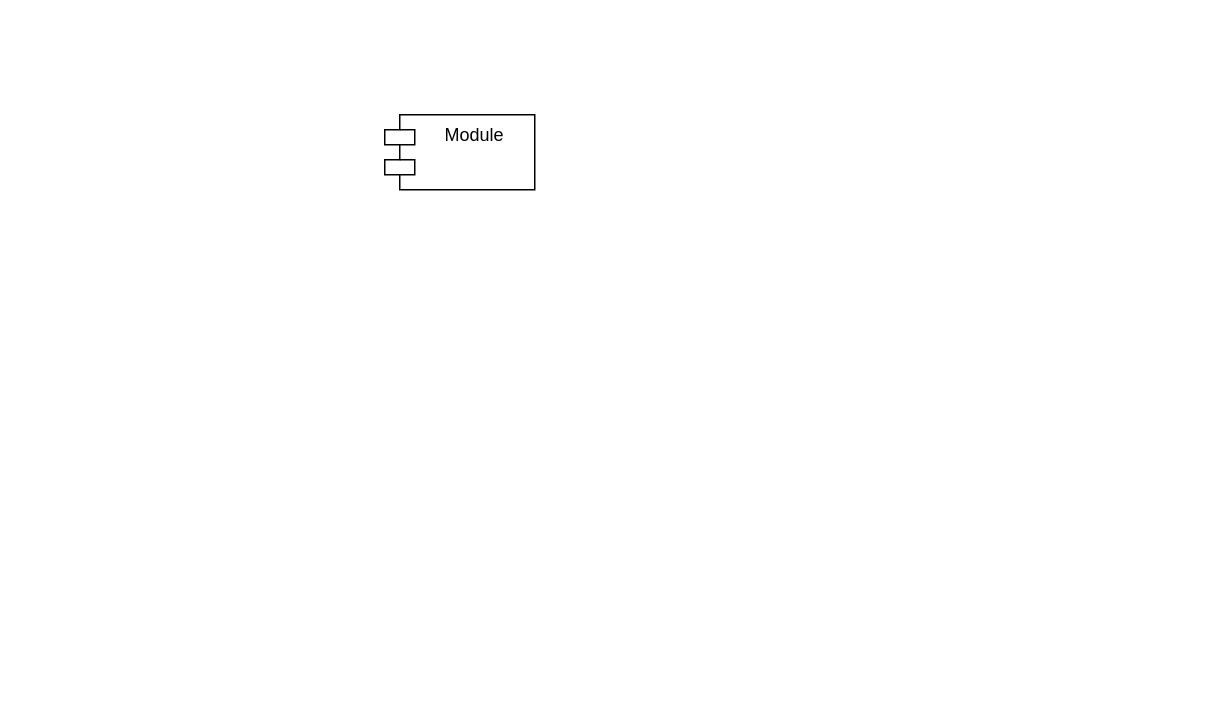
This is module_2/Components.drawio from SheinEA/gb_architect, a draw.io file, before an edit. Source tidied: cells renumbered, new cells numbered last; positions are measured from the earlier drawing's top-left corner, leaving out a move shared by most shapes. Both pictures are drawn from the tidied source at 150%, with x=0, y=0 at pixel (384, 114).
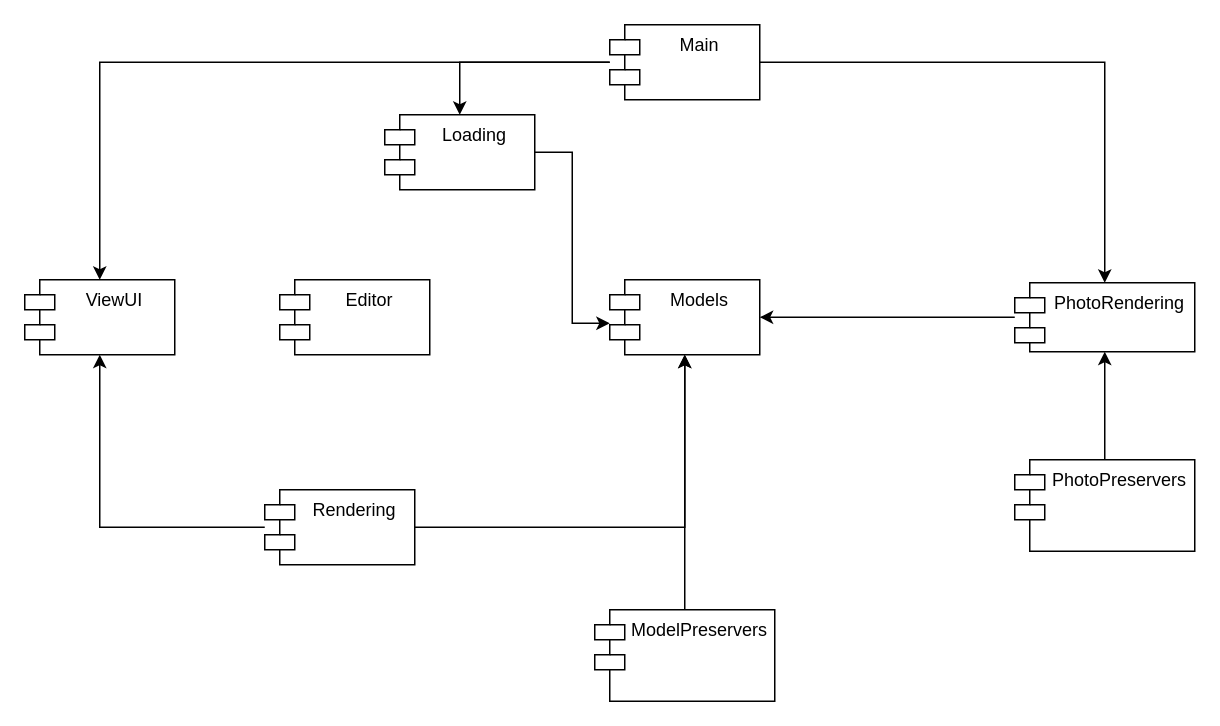
The same page after the edit.

Change to the diagram source:
```diff
@@
 <mxGraphModel>
   <root>
     <mxCell id="0" />
     <mxCell id="1" parent="0" />
+    <mxCell id="3" style="edgeStyle=orthogonalEdgeStyle;rounded=0;jettySize=auto;html=1;entryX=0;entryY=0.58;entryDx=0;entryDy=0;entryPerimeter=0;" parent="1" edge="1" source="2" target="4">
+      <mxGeometry relative="1" as="geometry" />
+    </mxCell>
-    <mxCell id="2" value="Module" style="shape=module;align=left;spacingLeft=20;align=center;verticalAlign=top;" parent="1" vertex="1">
+    <mxCell id="2" value="Loading" style="shape=module;align=left;spacingLeft=20;align=center;verticalAlign=top;" parent="1" vertex="1">
       <mxGeometry width="100" height="50" as="geometry" />
     </mxCell>
+    <mxCell id="4" value="Models" style="shape=module;align=left;spacingLeft=20;align=center;verticalAlign=top;" parent="1" vertex="1">
+      <mxGeometry x="150" y="110" width="100" height="50" as="geometry" />
+    </mxCell>
+    <mxCell id="5" style="edgeStyle=orthogonalEdgeStyle;rounded=0;jettySize=auto;html=1;" parent="1" edge="1" source="7" target="4">
+      <mxGeometry relative="1" as="geometry" />
+    </mxCell>
+    <mxCell id="6" style="edgeStyle=orthogonalEdgeStyle;rounded=0;jettySize=auto;html=1;" parent="1" edge="1" source="7" target="11">
+      <mxGeometry relative="1" as="geometry" />
+    </mxCell>
+    <mxCell id="7" value="Rendering" style="shape=module;align=left;spacingLeft=20;align=center;verticalAlign=top;" parent="1" vertex="1">
+      <mxGeometry x="-80" y="250" width="100" height="50" as="geometry" />
+    </mxCell>
+    <mxCell id="8" value="Editor" style="shape=module;align=left;spacingLeft=20;align=center;verticalAlign=top;" parent="1" vertex="1">
+      <mxGeometry x="-70" y="110" width="100" height="50" as="geometry" />
+    </mxCell>
+    <mxCell id="9" style="edgeStyle=orthogonalEdgeStyle;rounded=0;jettySize=auto;html=1;" parent="1" edge="1" source="10" target="4">
+      <mxGeometry relative="1" as="geometry" />
+    </mxCell>
+    <mxCell id="10" value="PhotoRendering" style="shape=module;align=left;spacingLeft=20;align=center;verticalAlign=top;" parent="1" vertex="1">
+      <mxGeometry x="420" y="112" width="120" height="46" as="geometry" />
+    </mxCell>
+    <mxCell id="11" value="ViewUI" style="shape=module;align=left;spacingLeft=20;align=center;verticalAlign=top;" parent="1" vertex="1">
+      <mxGeometry x="-240" y="110" width="100" height="50" as="geometry" />
+    </mxCell>
+    <mxCell id="12" style="edgeStyle=orthogonalEdgeStyle;rounded=0;jettySize=auto;html=1;" parent="1" edge="1" source="13" target="4">
+      <mxGeometry relative="1" as="geometry" />
+    </mxCell>
+    <mxCell id="13" value="ModelPreservers" style="shape=module;align=left;spacingLeft=20;align=center;verticalAlign=top;" parent="1" vertex="1">
+      <mxGeometry x="140" y="330" width="120" height="61" as="geometry" />
+    </mxCell>
+    <mxCell id="14" style="edgeStyle=orthogonalEdgeStyle;rounded=0;jettySize=auto;html=1;" parent="1" edge="1" source="15" target="10">
+      <mxGeometry relative="1" as="geometry" />
+    </mxCell>
+    <mxCell id="15" value="PhotoPreservers" style="shape=module;align=left;spacingLeft=20;align=center;verticalAlign=top;" parent="1" vertex="1">
+      <mxGeometry x="420" y="230" width="120" height="61" as="geometry" />
+    </mxCell>
+    <mxCell id="16" style="edgeStyle=orthogonalEdgeStyle;rounded=0;jettySize=auto;html=1;" parent="1" edge="1" source="19" target="2">
+      <mxGeometry relative="1" as="geometry" />
+    </mxCell>
+    <mxCell id="17" style="edgeStyle=orthogonalEdgeStyle;rounded=0;jettySize=auto;html=1;" parent="1" edge="1" source="19" target="11">
+      <mxGeometry relative="1" as="geometry" />
+    </mxCell>
+    <mxCell id="18" style="edgeStyle=orthogonalEdgeStyle;rounded=0;jettySize=auto;html=1;" parent="1" edge="1" source="19" target="10">
+      <mxGeometry relative="1" as="geometry" />
+    </mxCell>
+    <mxCell id="19" value="Main" style="shape=module;align=left;spacingLeft=20;align=center;verticalAlign=top;" parent="1" vertex="1">
+      <mxGeometry x="150" y="-60" width="100" height="50" as="geometry" />
+    </mxCell>
   </root>
 </mxGraphModel>
```
